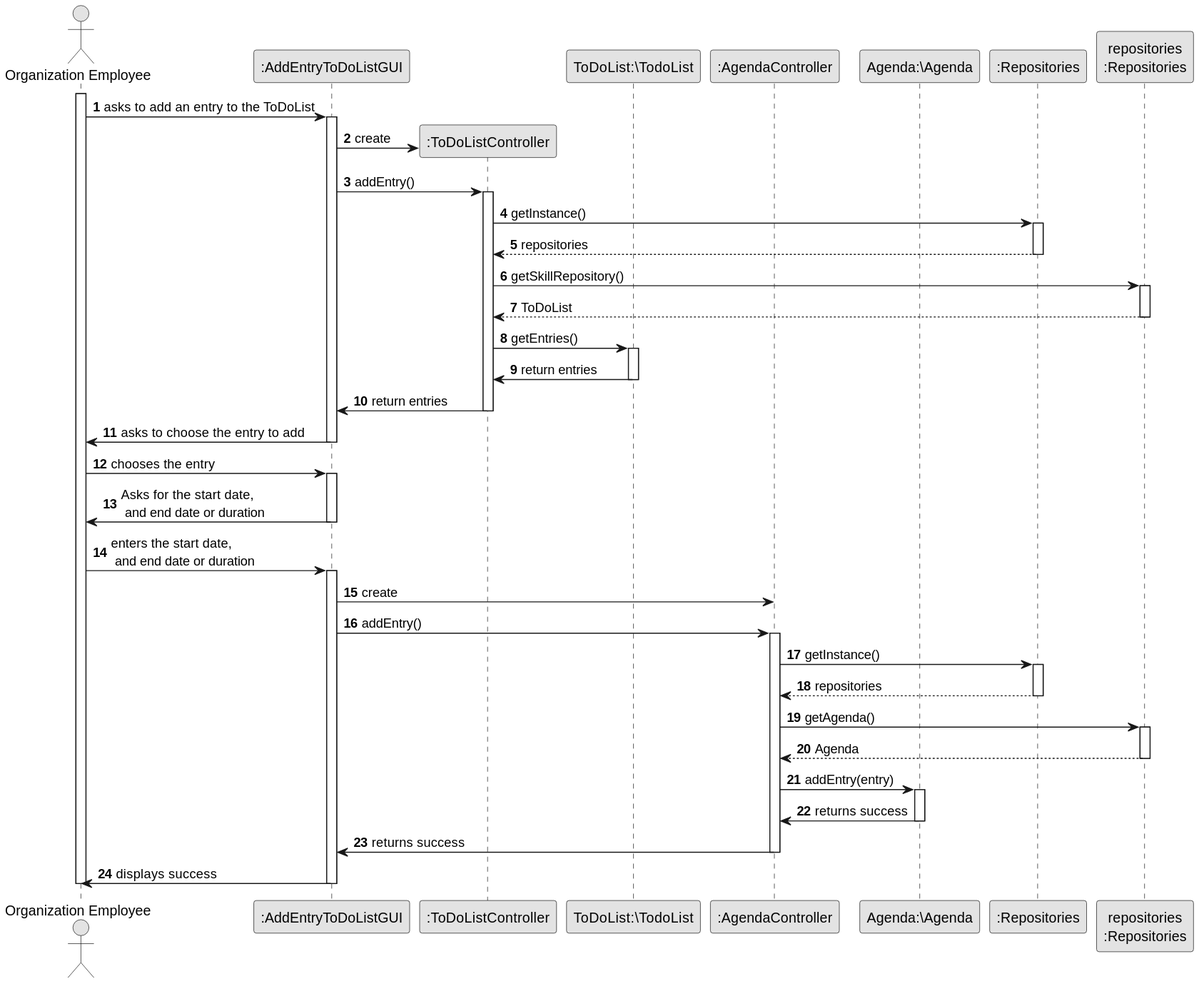
Earlier version of the PlantUML export docs/sprintC/us022/03.design/svg/us022-sequence-diagram-full.svg (RicardoMorim/lapr2-ISEP-Project).
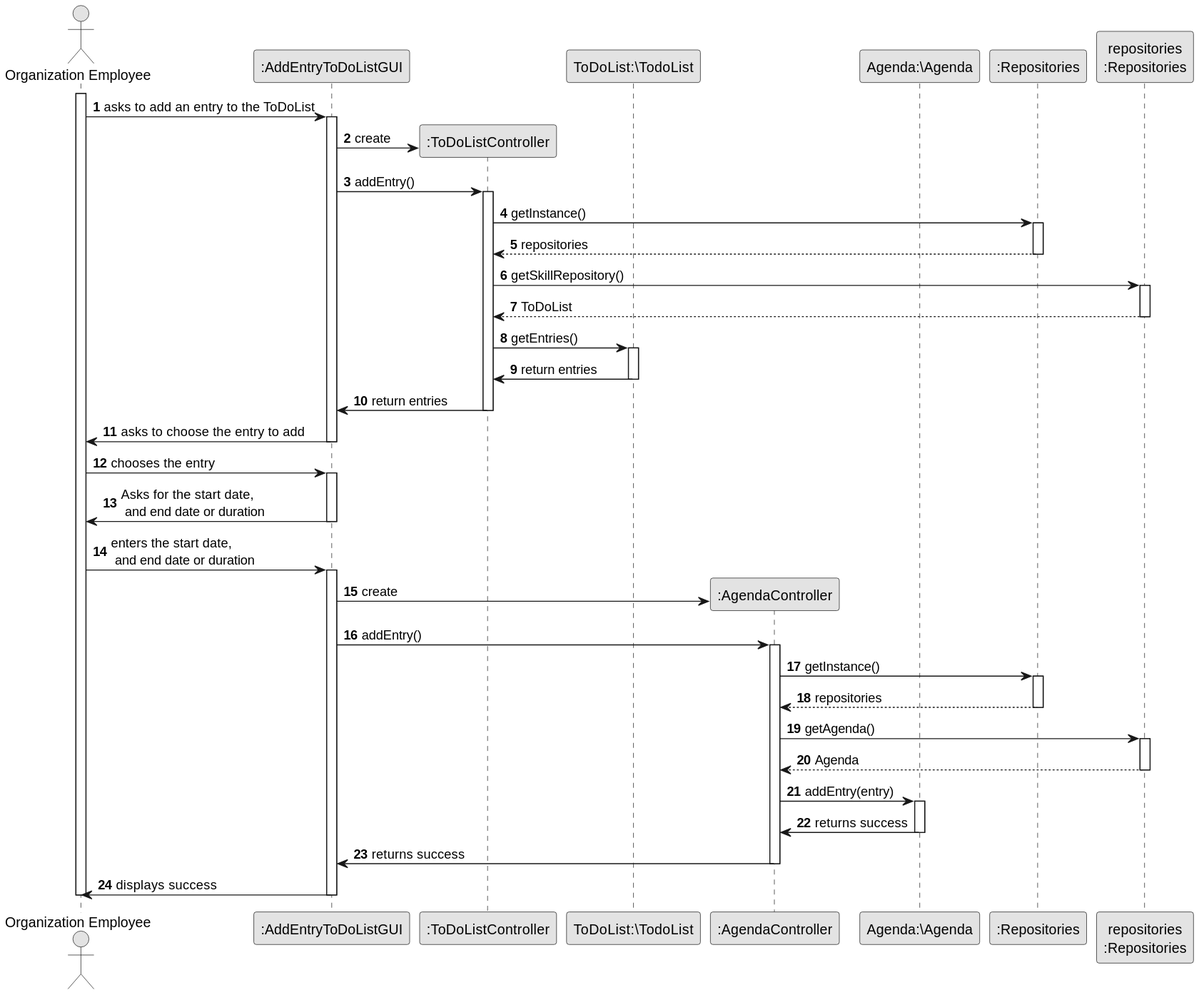
After the change.

Diff of the diagram source:
```diff
@@ -50,7 +50,7 @@
             ADM -> UI : enters the start date,\n and end date or duration
             activate UI
 
-       UI -> EntryCTRL: create
+       UI -> EntryCTRL**: create
        UI -> EntryCTRL : addEntry()
        activate EntryCTRL
                        EntryCTRL -> RepositorySingleton : getInstance()
```
